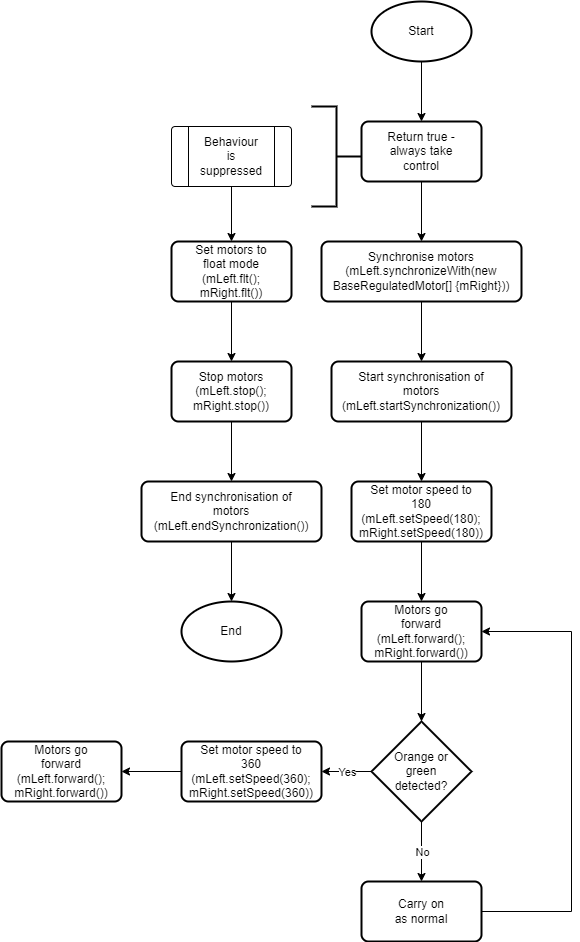
XLmT09/Bunny-Robot keeps this draw.io diagram as Final submission/Behaviour control flow/WalkaboutControlFlow.png. Above is the earlier version. Source tidied: cells renumbered, new cells last; positions are measured from the earlier drawing's top-left corner, leaving out a move shared by most shapes.
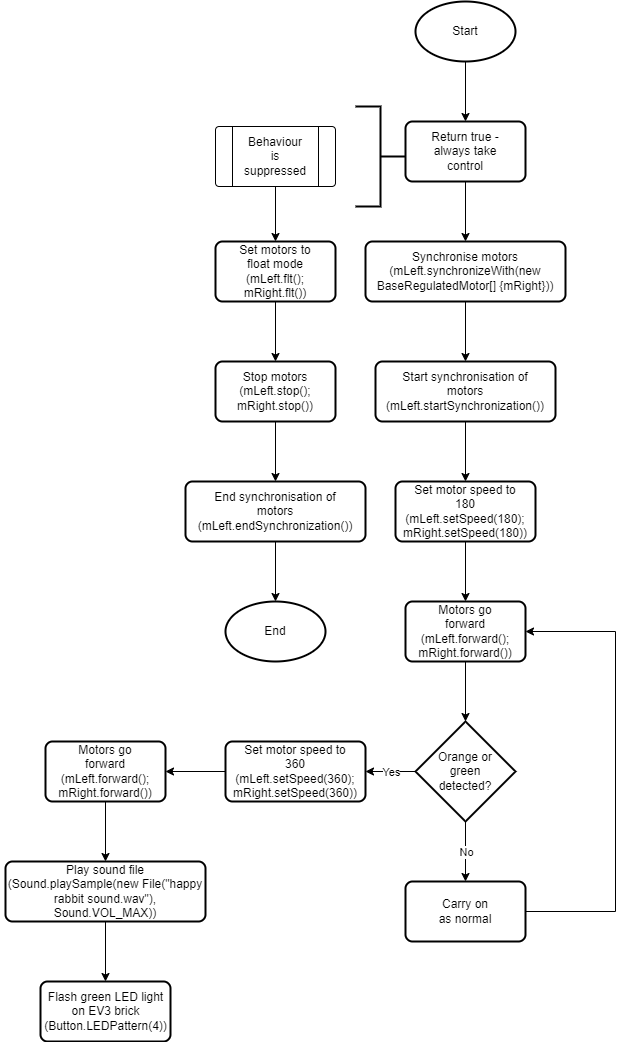
Above is the later version.

Diff of the diagram source:
```diff
@@ -185,5 +185,29 @@
     <mxCell id="60" style="endArrow=classic;html=1;rounded=0;entryX=0.5;entryY=0;entryDx=0;entryDy=0;entryPerimeter=0;exitX=0.5;exitY=1;exitDx=0;exitDy=0;" parent="1" edge="1" source="55" target="58">
       <mxGeometry relative="1" as="geometry" />
     </mxCell>
+    <mxCell id="61" style="group;" parent="1" vertex="1">
+      <mxGeometry x="-45" y="860" width="210" height="60" as="geometry" />
+    </mxCell>
+    <mxCell id="62" style="rounded=1;whiteSpace=wrap;html=1;absoluteArcSize=1;arcSize=14;strokeWidth=2;" parent="61" vertex="1">
+      <mxGeometry x="5" width="200" height="60" as="geometry" />
+    </mxCell>
+    <mxCell id="63" value="Play sound file (Sound.playSample(new File(&quot;happy rabbit sound.wav&quot;), Sound.VOL_MAX))" style="text;html=1;strokeColor=none;fillColor=none;align=center;verticalAlign=middle;whiteSpace=wrap;rounded=0;" parent="61" vertex="1">
+      <mxGeometry y="15" width="210" height="30" as="geometry" />
+    </mxCell>
+    <mxCell id="64" style="endArrow=classic;html=1;rounded=0;entryX=0.5;entryY=0;entryDx=0;entryDy=0;exitX=0.5;exitY=1;exitDx=0;exitDy=0;" parent="1" edge="1" source="34" target="62">
+      <mxGeometry relative="1" as="geometry" />
+    </mxCell>
+    <mxCell id="65" style="group;" parent="1" vertex="1">
+      <mxGeometry x="-5" y="980" width="130" height="60" as="geometry" />
+    </mxCell>
+    <mxCell id="66" style="rounded=1;whiteSpace=wrap;html=1;absoluteArcSize=1;arcSize=14;strokeWidth=2;" parent="65" vertex="1">
+      <mxGeometry width="130" height="60" as="geometry" />
+    </mxCell>
+    <mxCell id="67" value="Flash green LED light on EV3 brick (Button.LEDPattern(4))" style="text;html=1;strokeColor=none;fillColor=none;align=center;verticalAlign=middle;whiteSpace=wrap;rounded=0;" parent="65" vertex="1">
+      <mxGeometry x="32.5" y="15" width="65" height="30" as="geometry" />
+    </mxCell>
+    <mxCell id="68" style="endArrow=classic;html=1;rounded=0;entryX=0.5;entryY=0;entryDx=0;entryDy=0;exitX=0.5;exitY=1;exitDx=0;exitDy=0;" parent="1" edge="1" source="62" target="66">
+      <mxGeometry relative="1" as="geometry" />
+    </mxCell>
   </root>
 </mxGraphModel>
```
